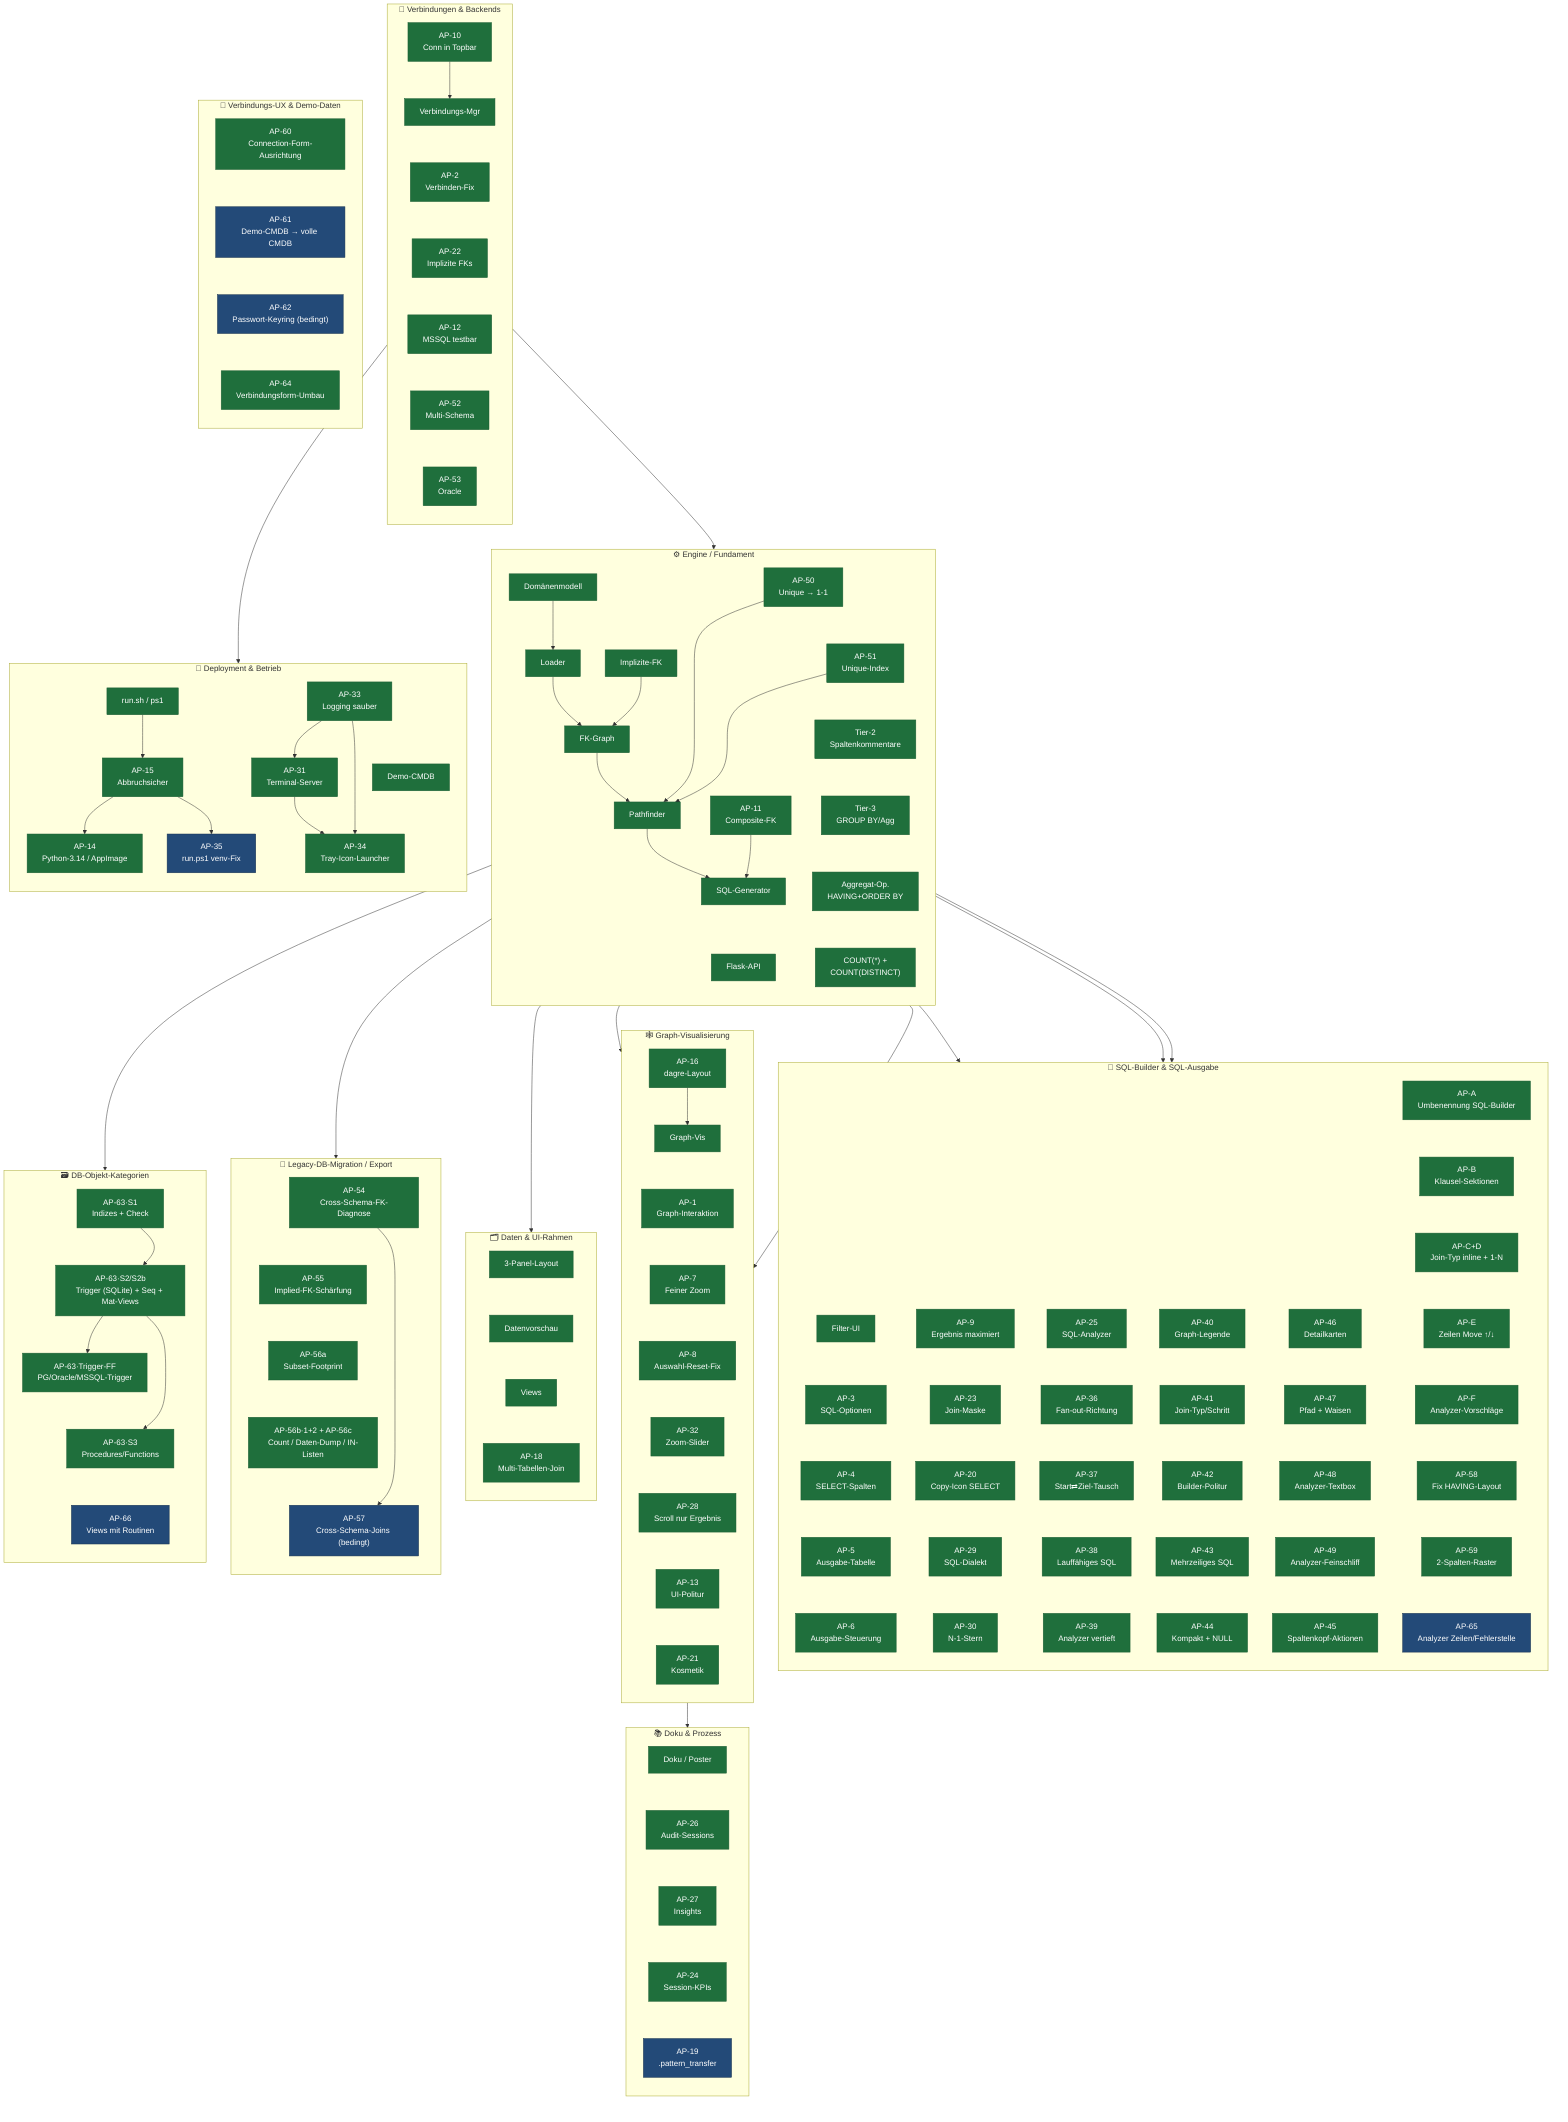
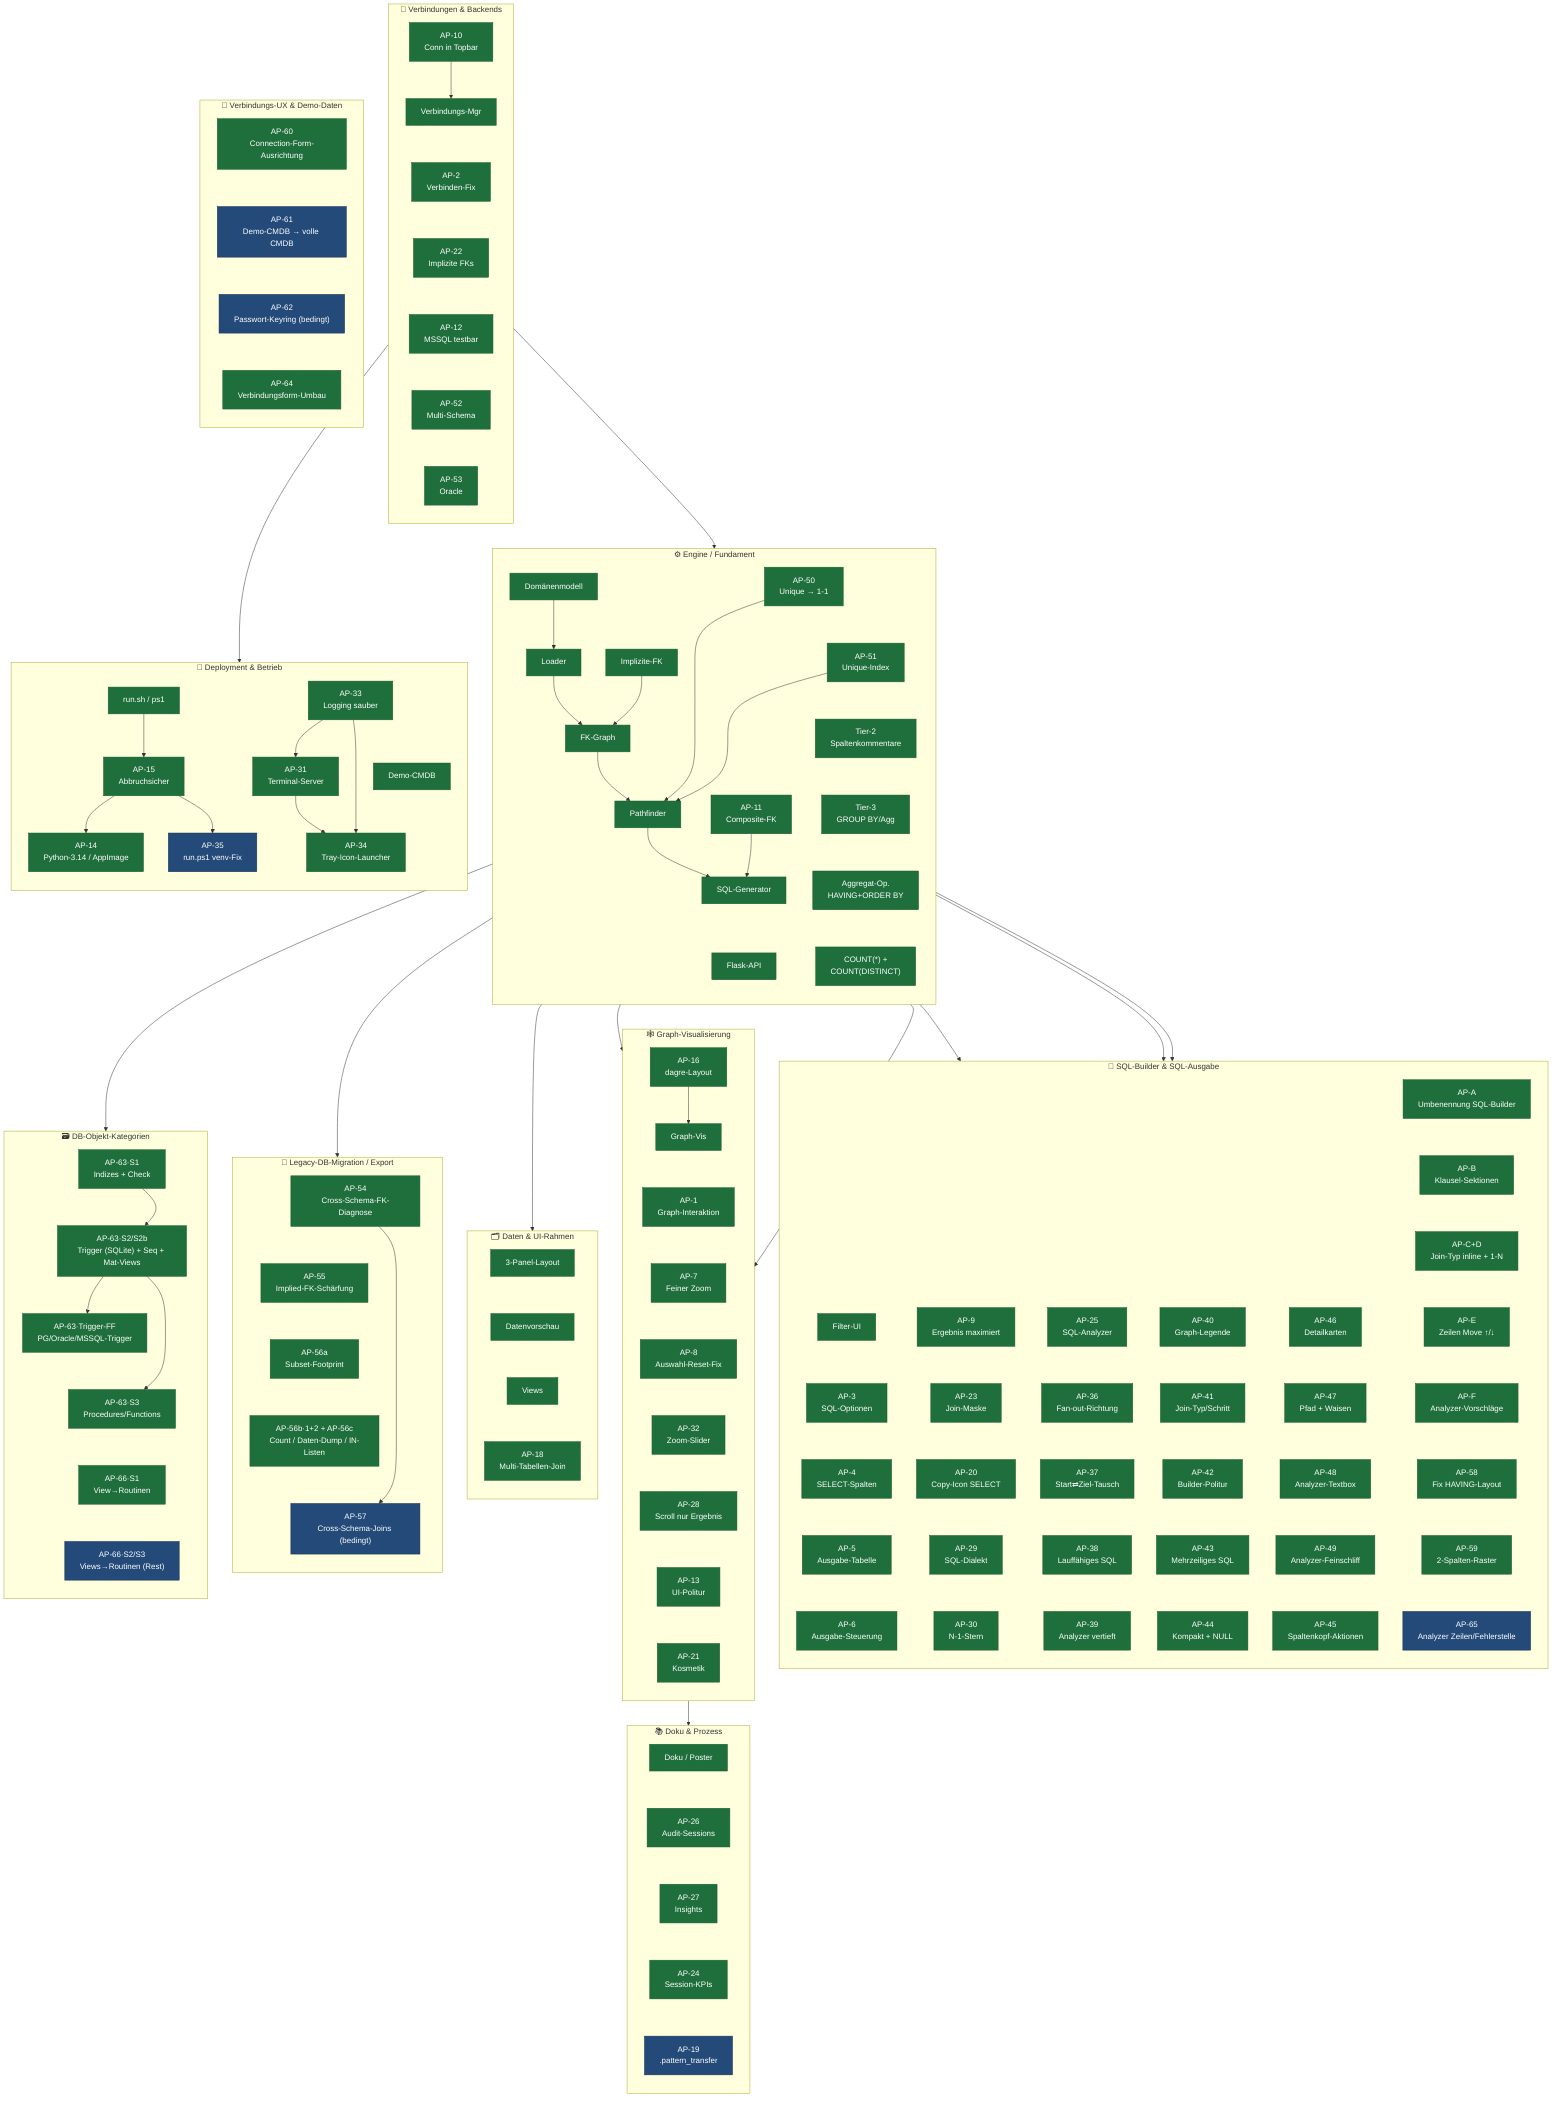
flowchart TB
    classDef done fill:#1f6f3c,color:#fff,stroke:#1a5c32,stroke-width:1px
    classDef plan fill:#234a78,color:#fff,stroke:#16314f,stroke-width:1px

    %% ── C1 · Engine / Fundament ──────────────────────────────────────────
    subgraph C1["⚙️  Engine / Fundament"]
        direction TB
        E1["Domänenmodell"]
        E2["Loader"]
        E3["FK-Graph"]
        E4["Pathfinder"]
        E5["SQL-Generator"]
        E6["Flask-API"]
        E7["AP-11\nComposite-FK"]
        E8["Implizite-FK"]
        E9["AP-50\nUnique → 1-1"]
        E10["AP-51\nUnique-Index"]
        E11["Tier-2\nSpaltenkommentare"]
        E12["Tier-3\nGROUP BY/Agg"]
        E13["Aggregat-Op.\nHAVING+ORDER BY"]
        E14["COUNT(*) +\nCOUNT(DISTINCT)"]
        E1 --> E2 --> E3 --> E4 --> E5
        E7 --> E5
        E8 --> E3
        E9 --> E4
        E10 --> E4
        E5 ~~~ E6
        E9 ~~~ E10
        E10 ~~~ E11
        E11 ~~~ E12
        E12 ~~~ E13
        E13 ~~~ E14
    end

    %% ── C2 · Verbindungen & Backends ─────────────────────────────────────
    subgraph C2["🔌  Verbindungen & Backends"]
        direction TB
        V1["Verbindungs-Mgr"]
        V2["AP-2\nVerbinden-Fix"]
        V3["AP-10\nConn in Topbar"]
        V4["AP-12\nMSSQL testbar"]
        V5["AP-22\nImplizite FKs"]
        V6["AP-52\nMulti-Schema"]
        V7["AP-53\nOracle"]
        V3 --> V1
        V1 ~~~ V2 ~~~ V5 ~~~ V4 ~~~ V6 ~~~ V7
    end

    %% ── C3 · SQL-Builder & SQL-Ausgabe ──────────────────────────────────
    subgraph C3["🧩  SQL-Builder & SQL-Ausgabe"]
        direction TB
        J1["Filter-UI"]
        J2["AP-3\nSQL-Optionen"]
        J3["AP-4\nSELECT-Spalten"]
        J4["AP-5\nAusgabe-Tabelle"]
        J5["AP-6\nAusgabe-Steuerung"]
        J6["AP-9\nErgebnis maximiert"]
        J7["AP-23\nJoin-Maske"]
        J8["AP-20\nCopy-Icon SELECT"]
        J9["AP-29\nSQL-Dialekt"]
        J10["AP-30\nN-1-Stern"]
        J11["AP-25\nSQL-Analyzer"]
        J12["AP-36\nFan-out-Richtung"]
        J13["AP-37\nStart⇄Ziel-Tausch"]
        J14["AP-38\nLauffähiges SQL"]
        J15["AP-39\nAnalyzer vertieft"]
        J16["AP-40\nGraph-Legende"]
        J17["AP-41\nJoin-Typ/Schritt"]
        J18["AP-42\nBuilder-Politur"]
        J19["AP-43\nMehrzeiliges SQL"]
        J20["AP-44\nKompakt + NULL"]
        J21["AP-46\nDetailkarten"]
        J22["AP-47\nPfad + Waisen"]
        J23["AP-48\nAnalyzer-Textbox"]
        J24["AP-49\nAnalyzer-Feinschliff"]
        J25["AP-45\nSpaltenkopf-Aktionen"]
        J26["AP-A\nUmbenennung SQL-Builder"]
        J27["AP-B\nKlausel-Sektionen"]
        J28["AP-C+D\nJoin-Typ inline + 1-N"]
        J29["AP-E\nZeilen Move ↑/↓"]
        J30["AP-F\nAnalyzer-Vorschläge"]
        J31["AP-58\nFix HAVING-Layout"]
        J32["AP-59\n2-Spalten-Raster"]
        J33["AP-65\nAnalyzer Zeilen/Fehlerstelle"]
        %% In 5 parallele Spalten gepackt (statt einer 25-Boxen-Säule) → kompaktes Gitter
        J1 ~~~ J2 ~~~ J3 ~~~ J4 ~~~ J5
        J6 ~~~ J7 ~~~ J8 ~~~ J9 ~~~ J10
        J11 ~~~ J12 ~~~ J13 ~~~ J14 ~~~ J15
        J16 ~~~ J17 ~~~ J18 ~~~ J19 ~~~ J20
        J21 ~~~ J22 ~~~ J23 ~~~ J24 ~~~ J25
        J26 ~~~ J27 ~~~ J28 ~~~ J29 ~~~ J30 ~~~ J31 ~~~ J32 ~~~ J33
    end

    %% ── C4 · Graph-Visualisierung ────────────────────────────────────────
    subgraph C4["🕸️  Graph-Visualisierung"]
        direction TB
        G1["Graph-Vis"]
        G2["AP-1\nGraph-Interaktion"]
        G3["AP-7\nFeiner Zoom"]
        G4["AP-8\nAuswahl-Reset-Fix"]
        G5["AP-16\ndagre-Layout"]
        G6["AP-32\nZoom-Slider"]
        G7["AP-28\nScroll nur Ergebnis"]
        G8["AP-13\nUI-Politur"]
        G9["AP-21\nKosmetik"]
        G5 --> G1
        G1 ~~~ G2 ~~~ G3 ~~~ G4 ~~~ G6 ~~~ G7 ~~~ G8 ~~~ G9
    end

    %% ── C5 · Daten & UI-Rahmen ───────────────────────────────────────────
    subgraph C5["🗂️  Daten & UI-Rahmen"]
        direction TB
        D1["3-Panel-Layout"]
        D2["Datenvorschau"]
        D3["Views"]
        D4["AP-18\nMulti-Tabellen-Join"]
        D1 ~~~ D2 ~~~ D3 ~~~ D4
    end

    %% ── C6 · Deployment & Betrieb ────────────────────────────────────────
    subgraph C6["🚀  Deployment & Betrieb"]
        direction TB
        B1["Demo-CMDB"]
        B2["run.sh / ps1"]
        B3["AP-15\nAbbruchsicher"]
        B4["AP-14\nPython-3.14 / AppImage"]
        B5["AP-35\nrun.ps1 venv-Fix"]
        B7["AP-31\nTerminal-Server"]
        B8["AP-33\nLogging sauber"]
        B9["AP-34\nTray-Icon-Launcher"]
        B2 --> B3
        B3 --> B4
        B3 --> B5
        B8 --> B7
        B7 --> B9
        B8 --> B9
        B1 ~~~ B9
    end

    %% ── C7 · Doku & Prozess ──────────────────────────────────────────────
    subgraph C7["📚  Doku & Prozess"]
        direction TB
        K1["Doku / Poster"]
        K2["AP-26\nAudit-Sessions"]
        K3["AP-27\nInsights"]
        K5["AP-24\nSession-KPIs"]
        K4["AP-19\n.pattern_transfer"]
        K1 ~~~ K2 ~~~ K3 ~~~ K5 ~~~ K4
    end

    %% ── C8 · Legacy-DB-Migration / Export (geplant) ──────────────────────
    subgraph C8["🧬  Legacy-DB-Migration / Export"]
        direction TB
        M1["AP-54\nCross-Schema-FK-Diagnose"]
        M2["AP-55\nImplied-FK-Schärfung"]
        M3["AP-56a\nSubset-Footprint"]
        M3b["AP-56b·1+2 + AP-56c\nCount / Daten-Dump / IN-Listen"]
        M4["AP-57\nCross-Schema-Joins (bedingt)"]
        M1 ~~~ M2 ~~~ M3 ~~~ M3b ~~~ M4
    end

    %% ── C9 · DB-Objekt-Kategorien (geplant) ──────────────────────────────
    subgraph C9["🗃️  DB-Objekt-Kategorien"]
        direction TB
        O1["AP-63·S1\nIndizes + Check"]
        O2["AP-63·S2/S2b\nTrigger (SQLite) + Seq + Mat-Views"]
        O2b["AP-63·Trigger-FF\nPG/Oracle/MSSQL-Trigger"]
        O3["AP-63·S3\nProcedures/Functions"]
-         O4["AP-66\nViews mit Routinen"]
-         O1 ~~~ O2 ~~~ O2b ~~~ O3 ~~~ O4
+         O4["AP-66·S1\nView→Routinen"]
+         O4b["AP-66·S2/S3\nViews→Routinen (Rest)"]
+         O1 ~~~ O2 ~~~ O2b ~~~ O3 ~~~ O4 ~~~ O4b
    end

    %% ── C10 · Verbindungs-UX & Demo-Daten (geplant) ──────────────────────
    subgraph C10["🔧  Verbindungs-UX & Demo-Daten"]
        direction TB
        P1["AP-60\nConnection-Form-Ausrichtung"]
        P2["AP-61\nDemo-CMDB → volle CMDB"]
        P3["AP-62\nPasswort-Keyring (bedingt)"]
        P4["AP-64\nVerbindungsform-Umbau"]
        P1 ~~~ P2 ~~~ P3 ~~~ P4
    end

    %% ── Cluster-übergreifende Abhängigkeiten ─────────────────────────────
    V1 --> E2
    M1 --> M4
    E2 --> M1
    E2 --> O1
    O1 --> O2 --> O2b
    O2 --> O3
    E5 --> J1
    E5 --> J9
    E5 --> J11
    E4 --> G2
    E3 --> G1
    E6 --> D1
    V4 --> B7
    G5 --> K2

    class E1,E2,E3,E4,E5,E6,E7,E8,E9,E10,E11,E12,E13,E14 done
    class V1,V2,V3,V4,V5,V6,V7 done
    class J1,J2,J3,J4,J5,J6,J7,J8,J9,J10,J11,J12,J13,J14,J15,J16,J17,J18,J19,J20,J21,J22,J23,J24,J25,J26,J27,J28,J29,J30,J31,J32 done
    class G1,G2,G3,G4,G5,G6,G7,G8,G9 done
    class D1,D2,D3,D4 done
    class B1,B2,B3,B4,B7,B8,B9 done
    class B5 plan
    class K1,K2,K3,K5 done
    class K4 plan
    class M3,M3b done
    class M4 plan
    class M2 done
    class M1 done
-     class O1,O2,O2b,O3 done
-     class O4 plan
+     class O1,O2,O2b,O3,O4 done
+     class O4b plan
    class P2,P3 plan
    class P1,P4 done
    class J33 plan
